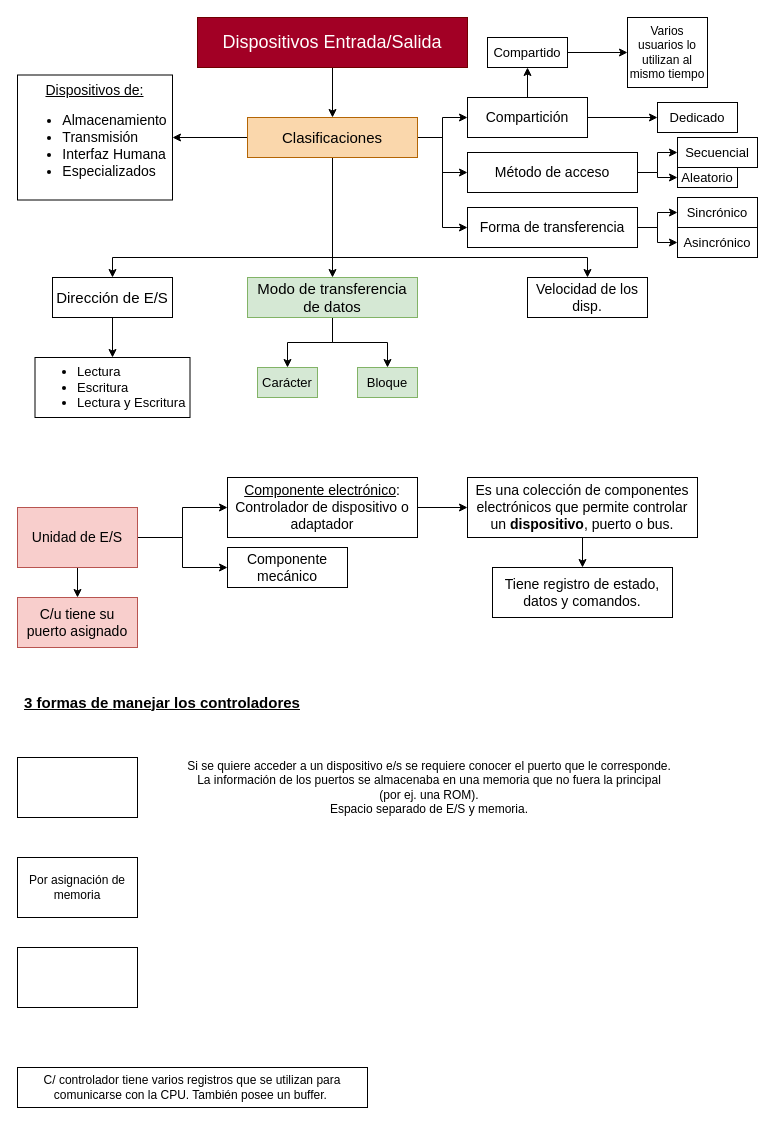
Earlier version of the draw.io diagram page "Página-1" (1 of 2) of Sistemas Operativos 1/Clase 4 - Sist. op. 1.drawio (RMSabrina/Apuntes-Universitarios). Source tidied: cells renumbered, new cells numbered last; positions are measured from the earlier drawing's top-left corner, leaving out a move shared by most shapes. Both pictures are drawn from the tidied source at 100%, with x=0, y=0 at pixel (17, 17).
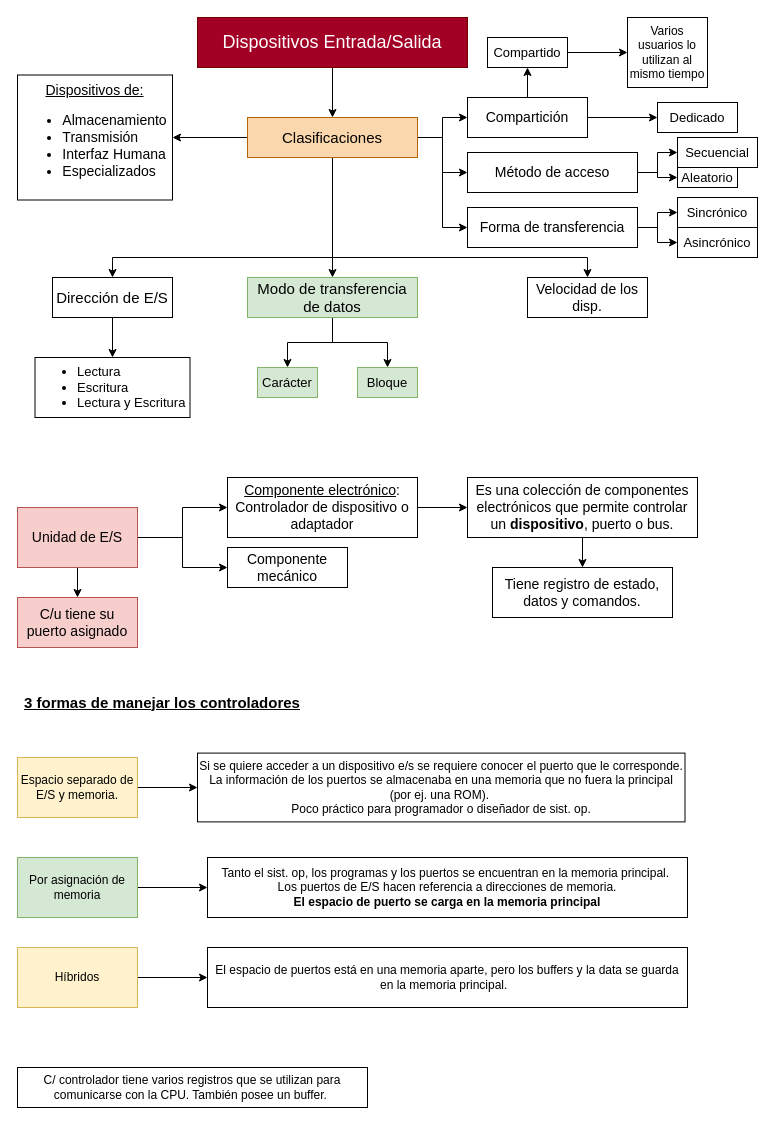
The same diagram, later.

Diff of the diagram source:
```diff
@@
+    <mxCell id="57" style="edgeStyle=orthogonalEdgeStyle;rounded=0;jettySize=auto;html=1;exitX=1;exitY=0.5;exitDx=0;exitDy=0;" parent="1" edge="1" source="52" target="60">
+      <mxGeometry relative="1" as="geometry" />
+    </mxCell>
-    <mxCell id="52" value="Por asignación de memoria" style="rounded=0;whiteSpace=wrap;html=1;" parent="1" vertex="1">
+    <mxCell id="52" value="Por asignación de memoria" style="rounded=0;whiteSpace=wrap;html=1;fillColor=#d5e8d4;strokeColor=#82b366;" parent="1" vertex="1">
       <mxGeometry y="840" width="120" height="60" as="geometry" />
     </mxCell>
+    <mxCell id="58" style="edgeStyle=orthogonalEdgeStyle;rounded=0;jettySize=auto;html=1;exitX=1;exitY=0.5;exitDx=0;exitDy=0;entryX=0;entryY=0.5;entryDx=0;entryDy=0;" parent="1" edge="1" source="53" target="55">
+      <mxGeometry relative="1" as="geometry" />
+    </mxCell>
-    <mxCell id="53" style="rounded=0;whiteSpace=wrap;html=1;" parent="1" vertex="1">
+    <mxCell id="53" value="Espacio separado de E/S y memoria." style="rounded=0;whiteSpace=wrap;html=1;fillColor=#fff2cc;strokeColor=#d6b656;" parent="1" vertex="1">
       <mxGeometry y="740" width="120" height="60" as="geometry" />
     </mxCell>
+    <mxCell id="59" style="edgeStyle=orthogonalEdgeStyle;rounded=0;jettySize=auto;html=1;exitX=1;exitY=0.5;exitDx=0;exitDy=0;" parent="1" edge="1" source="54" target="61">
+      <mxGeometry relative="1" as="geometry" />
+    </mxCell>
-    <mxCell id="54" style="rounded=0;whiteSpace=wrap;html=1;" parent="1" vertex="1">
+    <mxCell id="54" value="Híbridos" style="rounded=0;whiteSpace=wrap;html=1;fillColor=#fff2cc;strokeColor=#d6b656;" parent="1" vertex="1">
       <mxGeometry y="930" width="120" height="60" as="geometry" />
     </mxCell>
-    <mxCell id="55" value="Si se quiere acceder a un dispositivo e/s se requiere conocer el puerto que le corresponde. La información de los puertos se almacenaba en una memoria que no fuera la principal (por ej. una ROM).&lt;br&gt;Espacio separado de E/S y memoria." style="text;html=1;strokeColor=none;fillColor=none;align=center;verticalAlign=middle;whiteSpace=wrap;rounded=0;" parent="1" vertex="1">
-      <mxGeometry x="167.5" y="731.2" width="487.5" height="77.5" as="geometry" />
+    <mxCell id="55" value="Si se quiere acceder a un dispositivo e/s se requiere conocer el puerto que le corresponde. La información de los puertos se almacenaba en una memoria que no fuera la principal (por ej. una ROM).&amp;nbsp;&lt;br&gt;Poco práctico para programador o diseñador de sist. op." style="text;html=1;align=center;verticalAlign=middle;whiteSpace=wrap;rounded=0;strokeColor=default;" parent="1" vertex="1">
+      <mxGeometry x="180" y="735.6" width="487.5" height="68.8" as="geometry" />
     </mxCell>
@@
+    <mxCell id="60" value="Tanto el sist. op, los programas y los puertos se encuentran en la memoria principal.&amp;nbsp;&lt;br&gt;Los puertos de E/S hacen referencia a direcciones de memoria.&lt;br&gt;&lt;b&gt;El espacio de puerto se carga en la memoria principal&lt;/b&gt;" style="rounded=0;whiteSpace=wrap;html=1;" parent="1" vertex="1">
+      <mxGeometry x="190" y="840" width="480" height="60" as="geometry" />
+    </mxCell>
+    <mxCell id="61" value="El espacio de puertos está en una memoria aparte, pero los buffers y la data se guarda en la memoria principal.&amp;nbsp;&amp;nbsp;" style="rounded=0;whiteSpace=wrap;html=1;" parent="1" vertex="1">
+      <mxGeometry x="190" y="930" width="480" height="60" as="geometry" />
+    </mxCell>
```
